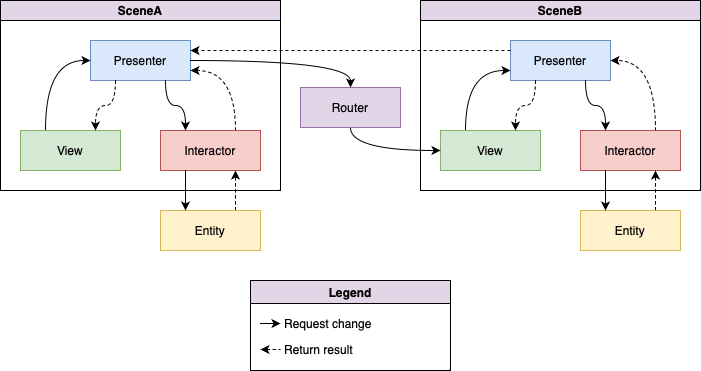
Above: viper.png in cjnevin/IdealCleanArchitecture (draw.io), before the change. Source tidied: cells renumbered, new cells last; positions are measured from the earlier drawing's top-left corner, leaving out a move shared by most shapes.
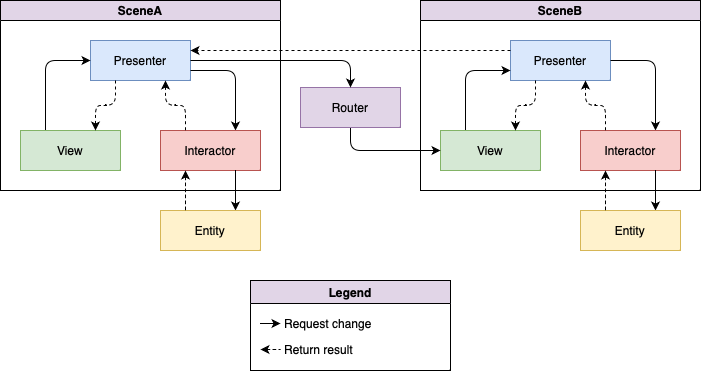
The same diagram one commit later.

Diff of the diagram source:
```diff
@@ -8,25 +8,25 @@
     <mxCell id="3" value="Presenter" style="whiteSpace=wrap;html=1;fillColor=#dae8fc;strokeColor=#6c8ebf;" parent="2" vertex="1">
       <mxGeometry x="90" y="40" width="100" height="40" as="geometry" />
     </mxCell>
-    <mxCell id="4" style="edgeStyle=orthogonalEdgeStyle;rounded=0;jettySize=auto;html=1;exitX=0.25;exitY=0;exitDx=0;exitDy=0;entryX=0;entryY=0.5;entryDx=0;entryDy=0;curved=1;" parent="2" edge="1" source="5" target="3">
+    <mxCell id="4" style="edgeStyle=orthogonalEdgeStyle;rounded=1;jettySize=auto;html=1;exitX=0.25;exitY=0;exitDx=0;exitDy=0;entryX=0;entryY=0.5;entryDx=0;entryDy=0;" parent="2" edge="1" source="5" target="3">
       <mxGeometry relative="1" as="geometry" />
     </mxCell>
     <mxCell id="5" value="View" style="whiteSpace=wrap;html=1;fillColor=#d5e8d4;strokeColor=#82b366;" parent="2" vertex="1">
       <mxGeometry x="20" y="130" width="100" height="40" as="geometry" />
     </mxCell>
-    <mxCell id="6" style="elbow=vertical;html=1;rounded=0;dashed=1;exitX=0.25;exitY=1;exitDx=0;exitDy=0;entryX=0.75;entryY=0;entryDx=0;entryDy=0;edgeStyle=orthogonalEdgeStyle;curved=1;" parent="2" edge="1" source="3" target="5">
+    <mxCell id="6" style="elbow=vertical;html=1;rounded=1;dashed=1;exitX=0.25;exitY=1;exitDx=0;exitDy=0;entryX=0.75;entryY=0;entryDx=0;entryDy=0;edgeStyle=orthogonalEdgeStyle;" parent="2" edge="1" source="3" target="5">
       <mxGeometry relative="1" as="geometry" />
     </mxCell>
-    <mxCell id="7" style="edgeStyle=orthogonalEdgeStyle;rounded=0;jettySize=auto;html=1;exitX=0.75;exitY=0;exitDx=0;exitDy=0;entryX=1;entryY=0.75;entryDx=0;entryDy=0;dashed=1;curved=1;" parent="2" edge="1" source="8" target="3">
+    <mxCell id="7" style="edgeStyle=orthogonalEdgeStyle;rounded=1;jettySize=auto;html=1;exitX=0.75;exitY=0;exitDx=0;exitDy=0;entryX=1;entryY=0.75;entryDx=0;entryDy=0;startArrow=classic;startFill=1;endArrow=none;endFill=0;" parent="2" edge="1" source="8" target="3">
       <mxGeometry relative="1" as="geometry" />
     </mxCell>
     <mxCell id="8" value="Interactor" style="whiteSpace=wrap;html=1;fillColor=#f8cecc;strokeColor=#b85450;" parent="2" vertex="1">
       <mxGeometry x="160" y="130" width="100" height="40" as="geometry" />
     </mxCell>
-    <mxCell id="9" style="edgeStyle=orthogonalEdgeStyle;elbow=vertical;html=1;rounded=0;curved=1;exitX=0.75;exitY=1;exitDx=0;exitDy=0;entryX=0.25;entryY=0;entryDx=0;entryDy=0;" parent="2" edge="1" source="3" target="8">
+    <mxCell id="9" style="elbow=vertical;html=1;rounded=1;exitX=0.75;exitY=1;exitDx=0;exitDy=0;entryX=0.25;entryY=0;entryDx=0;entryDy=0;endArrow=none;endFill=0;startArrow=classic;startFill=1;dashed=1;edgeStyle=orthogonalEdgeStyle;" parent="2" edge="1" source="3" target="8">
       <mxGeometry relative="1" as="geometry" />
     </mxCell>
-    <mxCell id="10" style="edgeStyle=orthogonalEdgeStyle;curved=1;rounded=0;jettySize=auto;html=1;exitX=0.75;exitY=0;exitDx=0;exitDy=0;entryX=0.75;entryY=1;entryDx=0;entryDy=0;dashed=1;" parent="1" edge="1" source="11" target="8">
+    <mxCell id="10" style="edgeStyle=orthogonalEdgeStyle;curved=1;rounded=0;jettySize=auto;html=1;exitX=0.75;exitY=0;exitDx=0;exitDy=0;entryX=0.75;entryY=1;entryDx=0;entryDy=0;startArrow=classic;startFill=1;endArrow=none;endFill=0;" parent="1" edge="1" source="11" target="8">
       <mxGeometry relative="1" as="geometry" />
     </mxCell>
     <mxCell id="11" value="Entity" style="whiteSpace=wrap;html=1;fillColor=#fff2cc;strokeColor=#d6b656;" parent="1" vertex="1">
@@ -38,46 +38,46 @@
     <mxCell id="13" value="Presenter" style="whiteSpace=wrap;html=1;fillColor=#dae8fc;strokeColor=#6c8ebf;" parent="12" vertex="1">
       <mxGeometry x="90" y="40" width="100" height="40" as="geometry" />
     </mxCell>
-    <mxCell id="14" style="edgeStyle=orthogonalEdgeStyle;rounded=0;jettySize=auto;html=1;exitX=0.25;exitY=0;exitDx=0;exitDy=0;entryX=0;entryY=0.75;entryDx=0;entryDy=0;curved=1;" parent="12" edge="1" source="15" target="13">
+    <mxCell id="14" style="edgeStyle=orthogonalEdgeStyle;rounded=1;jettySize=auto;html=1;exitX=0.25;exitY=0;exitDx=0;exitDy=0;entryX=0;entryY=0.75;entryDx=0;entryDy=0;" parent="12" edge="1" source="15" target="13">
       <mxGeometry relative="1" as="geometry" />
     </mxCell>
     <mxCell id="15" value="View" style="whiteSpace=wrap;html=1;fillColor=#d5e8d4;strokeColor=#82b366;" parent="12" vertex="1">
       <mxGeometry x="20" y="130" width="100" height="40" as="geometry" />
     </mxCell>
-    <mxCell id="16" style="edgeStyle=orthogonalEdgeStyle;elbow=vertical;html=1;rounded=0;curved=1;dashed=1;exitX=0.25;exitY=1;exitDx=0;exitDy=0;entryX=0.75;entryY=0;entryDx=0;entryDy=0;" parent="12" edge="1" source="13" target="15">
+    <mxCell id="16" style="html=1;rounded=1;dashed=1;exitX=0.25;exitY=1;exitDx=0;exitDy=0;entryX=0.75;entryY=0;entryDx=0;entryDy=0;edgeStyle=orthogonalEdgeStyle;" parent="12" edge="1" source="13" target="15">
       <mxGeometry relative="1" as="geometry" />
     </mxCell>
-    <mxCell id="17" style="edgeStyle=orthogonalEdgeStyle;rounded=0;jettySize=auto;html=1;exitX=0.75;exitY=0;exitDx=0;exitDy=0;entryX=1;entryY=0.5;entryDx=0;entryDy=0;dashed=1;curved=1;" parent="12" edge="1" source="18" target="13">
+    <mxCell id="17" style="edgeStyle=orthogonalEdgeStyle;rounded=1;jettySize=auto;html=1;exitX=0.75;exitY=0;exitDx=0;exitDy=0;entryX=1;entryY=0.5;entryDx=0;entryDy=0;startArrow=classic;startFill=1;endArrow=none;endFill=0;" parent="12" edge="1" source="18" target="13">
       <mxGeometry relative="1" as="geometry" />
     </mxCell>
     <mxCell id="18" value="Interactor" style="whiteSpace=wrap;html=1;fillColor=#f8cecc;strokeColor=#b85450;" parent="12" vertex="1">
       <mxGeometry x="160" y="130" width="100" height="40" as="geometry" />
     </mxCell>
-    <mxCell id="19" style="edgeStyle=orthogonalEdgeStyle;elbow=vertical;html=1;rounded=0;curved=1;exitX=0.75;exitY=1;exitDx=0;exitDy=0;entryX=0.25;entryY=0;entryDx=0;entryDy=0;" parent="12" edge="1" source="13" target="18">
+    <mxCell id="19" style="elbow=vertical;html=1;rounded=1;exitX=0.75;exitY=1;exitDx=0;exitDy=0;entryX=0.25;entryY=0;entryDx=0;entryDy=0;startArrow=classic;startFill=1;endArrow=none;endFill=0;dashed=1;edgeStyle=orthogonalEdgeStyle;" parent="12" edge="1" source="13" target="18">
       <mxGeometry relative="1" as="geometry" />
     </mxCell>
-    <mxCell id="20" style="edgeStyle=orthogonalEdgeStyle;curved=1;rounded=0;jettySize=auto;html=1;exitX=0.75;exitY=0;exitDx=0;exitDy=0;entryX=0.75;entryY=1;entryDx=0;entryDy=0;dashed=1;" parent="1" edge="1" source="21" target="18">
+    <mxCell id="20" style="edgeStyle=orthogonalEdgeStyle;curved=1;rounded=0;jettySize=auto;html=1;exitX=0.75;exitY=0;exitDx=0;exitDy=0;entryX=0.75;entryY=1;entryDx=0;entryDy=0;endArrow=none;endFill=0;startArrow=classic;startFill=1;" parent="1" edge="1" source="21" target="18">
       <mxGeometry relative="1" as="geometry" />
     </mxCell>
     <mxCell id="21" value="Entity" style="whiteSpace=wrap;html=1;fillColor=#fff2cc;strokeColor=#d6b656;" parent="1" vertex="1">
       <mxGeometry x="580" y="210" width="100" height="40" as="geometry" />
     </mxCell>
-    <mxCell id="22" style="edgeStyle=orthogonalEdgeStyle;rounded=0;jettySize=auto;html=1;exitX=0.5;exitY=1;exitDx=0;exitDy=0;entryX=0;entryY=0.5;entryDx=0;entryDy=0;curved=1;" parent="1" edge="1" source="23" target="15">
+    <mxCell id="22" style="edgeStyle=orthogonalEdgeStyle;rounded=1;jettySize=auto;html=1;exitX=0.5;exitY=1;exitDx=0;exitDy=0;entryX=0;entryY=0.5;entryDx=0;entryDy=0;" parent="1" edge="1" source="23" target="15">
       <mxGeometry relative="1" as="geometry" />
     </mxCell>
     <mxCell id="23" value="Router" style="whiteSpace=wrap;html=1;fillColor=#e1d5e7;strokeColor=#9673a6;" parent="1" vertex="1">
       <mxGeometry x="300" y="87" width="100" height="40" as="geometry" />
     </mxCell>
-    <mxCell id="24" style="edgeStyle=orthogonalEdgeStyle;rounded=0;jettySize=auto;html=1;exitX=1;exitY=0.5;exitDx=0;exitDy=0;entryX=0.5;entryY=0;entryDx=0;entryDy=0;curved=1;" parent="1" edge="1" source="3" target="23">
+    <mxCell id="24" style="edgeStyle=orthogonalEdgeStyle;rounded=1;jettySize=auto;html=1;exitX=1;exitY=0.5;exitDx=0;exitDy=0;entryX=0.5;entryY=0;entryDx=0;entryDy=0;" parent="1" edge="1" source="3" target="23">
       <mxGeometry relative="1" as="geometry" />
     </mxCell>
     <mxCell id="25" style="edgeStyle=orthogonalEdgeStyle;rounded=0;jettySize=auto;html=1;exitX=0;exitY=0.25;exitDx=0;exitDy=0;entryX=1;entryY=0.25;entryDx=0;entryDy=0;dashed=1;" parent="1" edge="1" source="13" target="3">
       <mxGeometry relative="1" as="geometry" />
     </mxCell>
-    <mxCell id="26" style="edgeStyle=orthogonalEdgeStyle;curved=1;rounded=0;jettySize=auto;html=1;exitX=0.25;exitY=1;exitDx=0;exitDy=0;entryX=0.25;entryY=0;entryDx=0;entryDy=0;" parent="1" edge="1" source="8" target="11">
+    <mxCell id="26" style="edgeStyle=orthogonalEdgeStyle;curved=1;rounded=0;jettySize=auto;html=1;exitX=0.25;exitY=1;exitDx=0;exitDy=0;entryX=0.25;entryY=0;entryDx=0;entryDy=0;startArrow=classic;startFill=1;endArrow=none;endFill=0;dashed=1;" parent="1" edge="1" source="8" target="11">
       <mxGeometry relative="1" as="geometry" />
     </mxCell>
-    <mxCell id="27" style="edgeStyle=orthogonalEdgeStyle;curved=1;rounded=0;jettySize=auto;html=1;exitX=0.25;exitY=1;exitDx=0;exitDy=0;entryX=0.25;entryY=0;entryDx=0;entryDy=0;" parent="1" edge="1" source="18" target="21">
+    <mxCell id="27" style="edgeStyle=orthogonalEdgeStyle;curved=1;rounded=0;jettySize=auto;html=1;exitX=0.25;exitY=1;exitDx=0;exitDy=0;entryX=0.25;entryY=0;entryDx=0;entryDy=0;dashed=1;startArrow=classic;startFill=1;endArrow=none;endFill=0;" parent="1" edge="1" source="18" target="21">
       <mxGeometry relative="1" as="geometry" />
     </mxCell>
     <mxCell id="28" style="endArrow=none;html=1;rounded=0;dashed=1;curved=1;elbow=vertical;startArrow=classic;startFill=1;" parent="1" edge="1">
```
